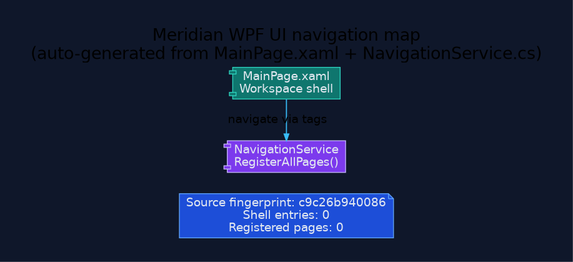
The Graphviz diagram docs/diagrams/ui-navigation-map.png in rodoHasArrived/Meridian-main, before a commit. Its source is kept beside it as docs/diagrams/ui-navigation-map.dot.
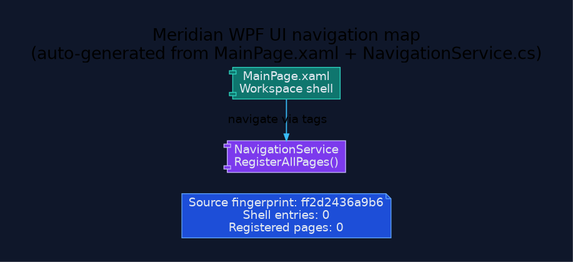
After the commit.

The edit, as a diff of the source:
```diff
@@ -13,7 +13,7 @@
   node [fontname="Segoe UI", shape=box, style="rounded,filled", color="#475569", fontcolor="#e2e8f0", fillcolor="#1e293b"];
   edge [fontname="Segoe UI", color="#94a3b8", penwidth=1.3, arrowsize=0.8];
 
-  generated [shape=note, fillcolor="#1d4ed8", color="#60a5fa", label="Source fingerprint: c9c26b940086\nShell entries: 0\nRegistered pages: 0"];
+  generated [shape=note, fillcolor="#1d4ed8", color="#60a5fa", label="Source fingerprint: ff2d2436a9b6\nShell entries: 0\nRegistered pages: 0"];
   shell [shape=component, fillcolor="#0f766e", color="#2dd4bf", label="MainPage.xaml\nWorkspace shell"];
   navigation [shape=component, fillcolor="#7c3aed", color="#c4b5fd", label="NavigationService\nRegisterAllPages()"];
   shell -> navigation [label="navigate via tags", color="#38bdf8"];
```
